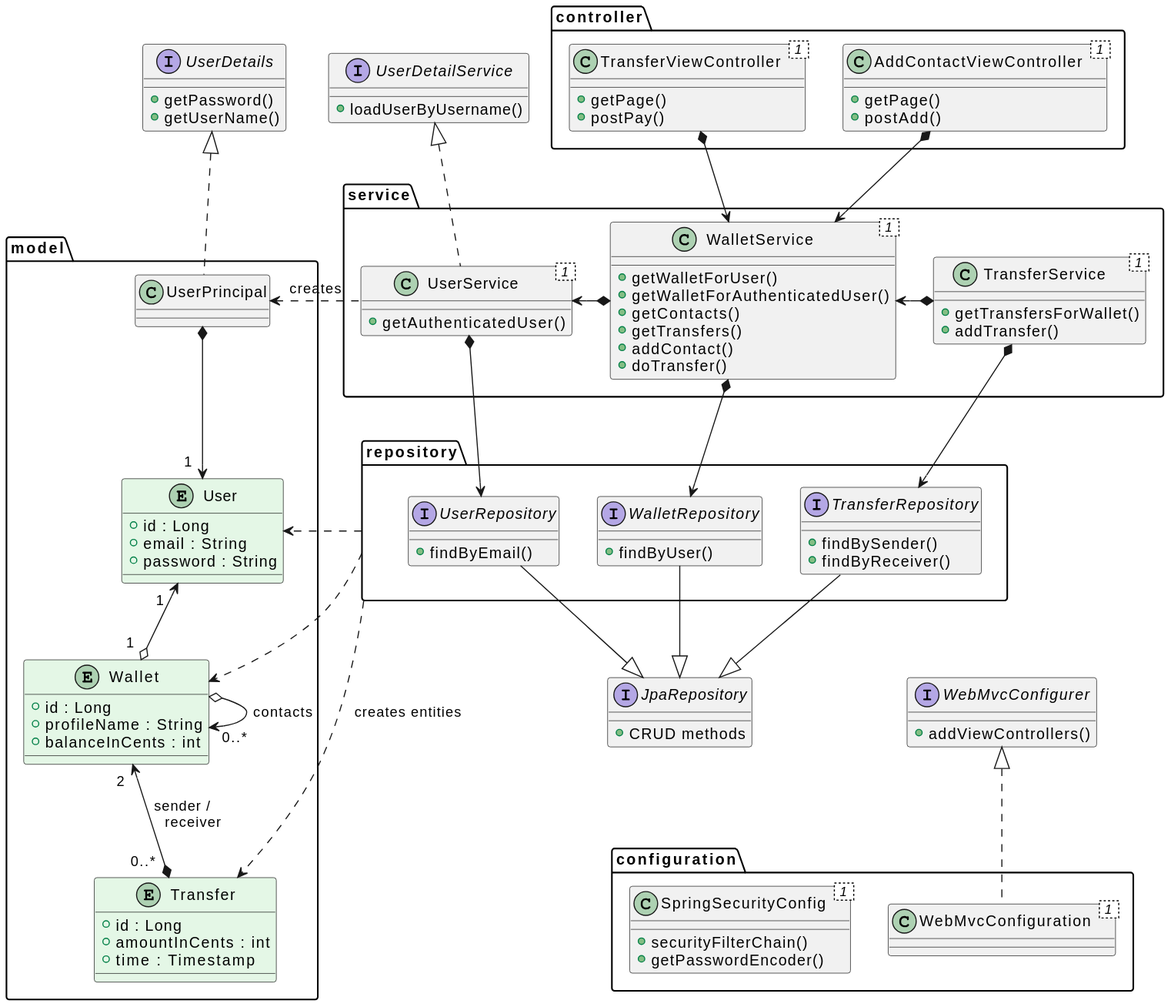
Earlier version of the PlantUML export docs/classes.uml.svg (raranguren/p6-paymybuddy).
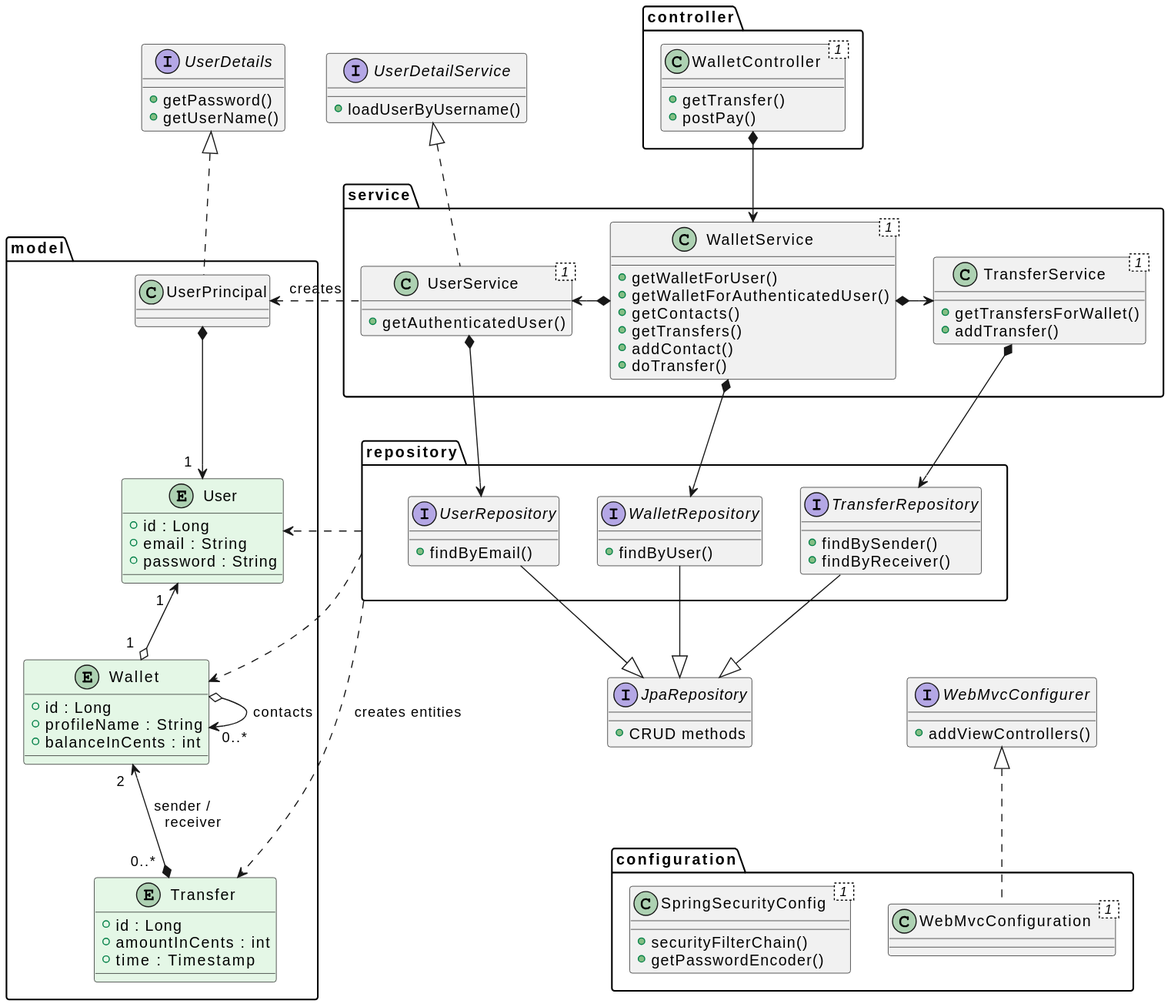
The same file after the commit.

Commit message:
Renamed controller to WalletController for clarity

What changed in the source:
```diff
@@ -23,13 +23,9 @@
 }
 
 package controller {
-  class TransferViewController< 1 > {
-    +getPage()
+  class WalletController< 1 > {
+    +getTransfer()
     +postPay()
-  }
-  class AddContactViewController< 1 > {
-    +getPage()
-    +postAdd()
   }
 }
 
@@ -87,11 +83,10 @@
   }
 }
 
-TransferViewController *--> WalletService
-AddContactViewController *--> WalletService
+WalletController *--> WalletService
 
-TransferService *-left-> WalletService
-WalletService *-left-> UserService
+WalletService *-> TransferService
+UserService <-* WalletService
 UserPrincipal <. UserService : creates
 UserPrincipal " " *--> "1  " User
 User "1  " <--o "1  " Wallet
```
